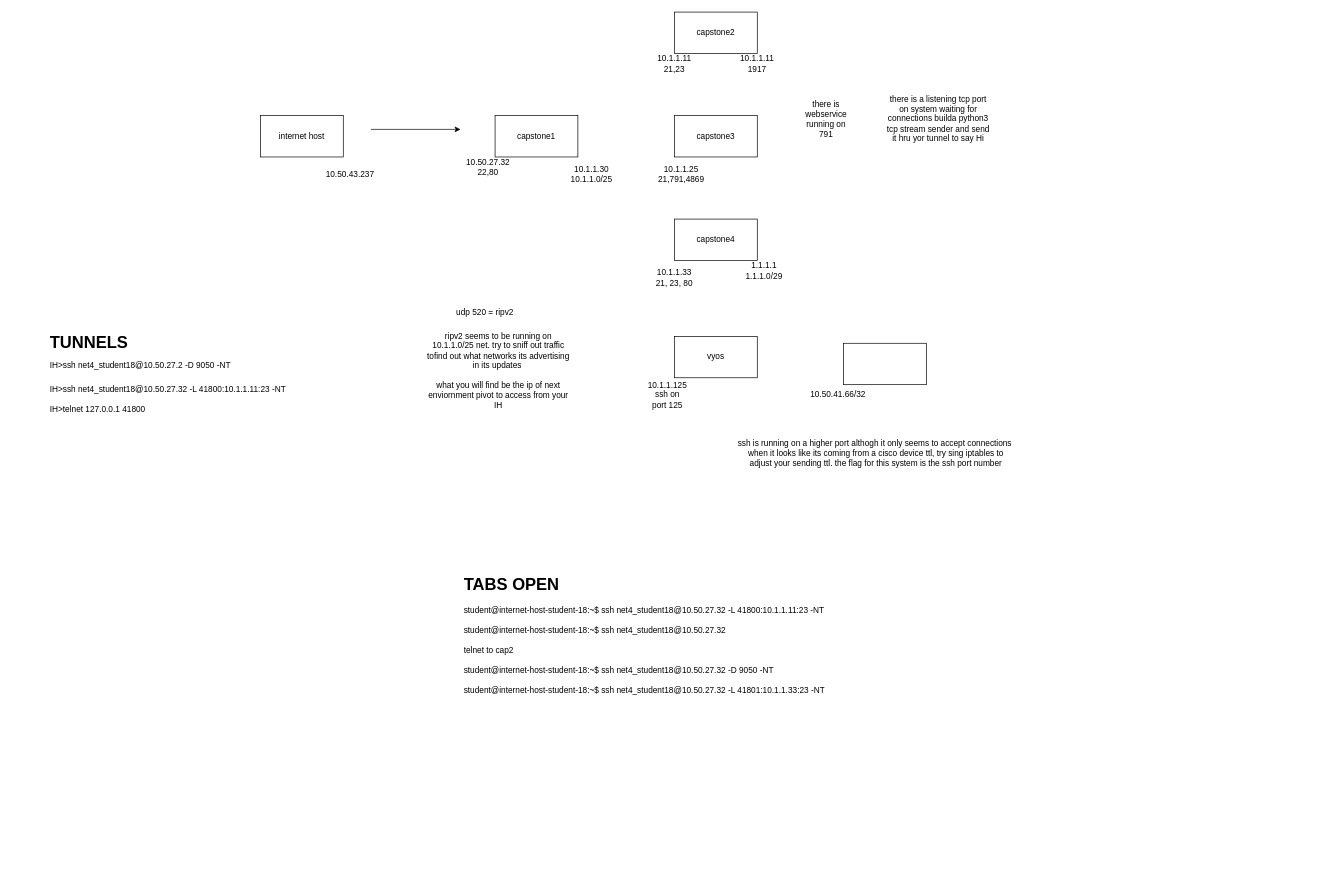
This is capstone.drawio from hannahsfrommt/Networking, a draw.io file, before an edit. Source tidied: cells renumbered, new cells numbered last; positions are measured from the earlier drawing's top-left corner, leaving out a move shared by most shapes. Both pictures are drawn from the tidied source at 69%, with x=0, y=0 at pixel (46, 12).
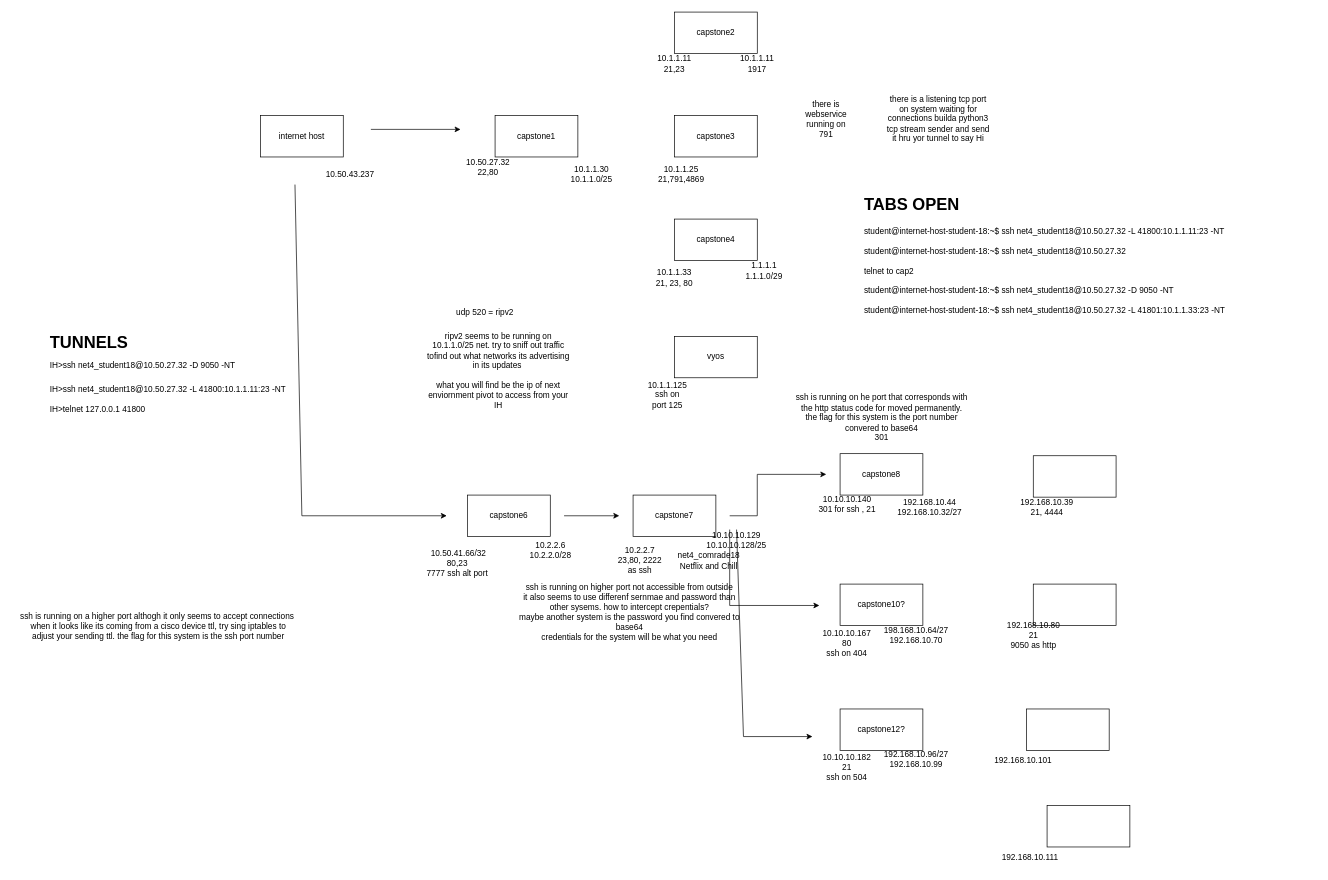
The same diagram, later.

Diff of the diagram source:
```diff
@@
-    <mxCell id="8" value="&lt;h1&gt;TUNNELS&lt;br style=&quot;border-color: var(--border-color); font-size: 12px; font-weight: 400; text-align: center;&quot;&gt;&lt;span style=&quot;font-size: 12px; font-weight: 400; text-align: center;&quot;&gt;IH&amp;gt;ssh net4_student18@10.50.27.2 -D 9050 -NT&lt;/span&gt;&lt;br&gt;&lt;/h1&gt;&lt;div&gt;&lt;span style=&quot;text-align: center;&quot;&gt;IH&amp;gt;ssh net4_student18@10.50.27.32 -L 41800:10.1.1.11:23 -NT&lt;br&gt;&lt;/span&gt;&lt;/div&gt;&lt;div&gt;&lt;span style=&quot;text-align: center;&quot;&gt;&lt;br&gt;&lt;/span&gt;&lt;/div&gt;&lt;div&gt;&lt;span style=&quot;text-align: center;&quot;&gt;IH&amp;gt;telnet 127.0.0.1 41800&lt;/span&gt;&lt;/div&gt;&lt;div&gt;&lt;span style=&quot;text-align: center;&quot;&gt;&lt;br&gt;&lt;/span&gt;&lt;/div&gt;&lt;div&gt;&lt;span style=&quot;text-align: center;&quot;&gt;&lt;br&gt;&lt;/span&gt;&lt;/div&gt;" style="text;html=1;strokeColor=none;fillColor=none;spacing=5;spacingTop=-20;whiteSpace=wrap;overflow=hidden;rounded=0;" parent="1" vertex="1">
+    <mxCell id="8" value="&lt;h1&gt;TUNNELS&lt;br style=&quot;border-color: var(--border-color); font-size: 12px; font-weight: 400; text-align: center;&quot;&gt;&lt;span style=&quot;font-size: 12px; font-weight: 400; text-align: center;&quot;&gt;IH&amp;gt;ssh net4_student18@10.50.27.32 -D 9050 -NT&lt;/span&gt;&lt;br&gt;&lt;/h1&gt;&lt;div&gt;&lt;span style=&quot;text-align: center;&quot;&gt;IH&amp;gt;ssh net4_student18@10.50.27.32 -L 41800:10.1.1.11:23 -NT&lt;br&gt;&lt;/span&gt;&lt;/div&gt;&lt;div&gt;&lt;span style=&quot;text-align: center;&quot;&gt;&lt;br&gt;&lt;/span&gt;&lt;/div&gt;&lt;div&gt;&lt;span style=&quot;text-align: center;&quot;&gt;IH&amp;gt;telnet 127.0.0.1 41800&lt;/span&gt;&lt;/div&gt;&lt;div&gt;&lt;span style=&quot;text-align: center;&quot;&gt;&lt;br&gt;&lt;/span&gt;&lt;/div&gt;&lt;div&gt;&lt;span style=&quot;text-align: center;&quot;&gt;&lt;br&gt;&lt;/span&gt;&lt;/div&gt;" style="text;html=1;strokeColor=none;fillColor=none;spacing=5;spacingTop=-20;whiteSpace=wrap;overflow=hidden;rounded=0;" parent="1" vertex="1">
       <mxGeometry y="460" width="480" height="120" as="geometry" />
     </mxCell>
@@
-    <mxCell id="23" value="&amp;nbsp;10.50.41.66/32" style="text;html=1;align=center;verticalAlign=middle;strokeColor=none;fillColor=none;" parent="1" vertex="1">
-      <mxGeometry x="1090" y="540" width="110" height="30" as="geometry" />
+    <mxCell id="23" value="&amp;nbsp;10.50.41.66/32&lt;br&gt;80,23&lt;br&gt;7777 ssh alt port&lt;br&gt;" style="text;html=1;align=center;verticalAlign=middle;strokeColor=none;fillColor=none;" parent="1" vertex="1">
+      <mxGeometry x="540" y="769" width="110" height="60" as="geometry" />
     </mxCell>
-    <mxCell id="24" style="rounded=0;whiteSpace=wrap;html=1;rotation=0;" parent="1" vertex="1">
-      <mxGeometry x="1155" y="480" width="120" height="60" as="geometry" />
+    <mxCell id="24" value="capstone6" style="rounded=0;whiteSpace=wrap;html=1;rotation=0;" parent="1" vertex="1">
+      <mxGeometry x="610" y="700" width="120" height="60" as="geometry" />
     </mxCell>
     <mxCell id="25" value="ssh is running on a higher port althogh it only seems to accept connections&lt;br&gt;&amp;nbsp;when it looks like its coming from a cisco device ttl, try sing iptables to&lt;br&gt;&amp;nbsp;adjust your sending ttl. the flag for this system is the ssh port number" style="text;html=1;align=center;verticalAlign=middle;strokeColor=none;fillColor=none;" parent="1" vertex="1">
-      <mxGeometry x="990" y="610" width="420" height="60" as="geometry" />
+      <mxGeometry x="-50" y="860" width="420" height="60" as="geometry" />
     </mxCell>
     <mxCell id="26" value="&lt;h1&gt;TABS OPEN&lt;/h1&gt;&lt;div&gt;&lt;div&gt;student@internet-host-student-18:~$ ssh net4_student18@10.50.27.32 -L 41800:10.1.1.11:23 -NT&lt;/div&gt;&lt;/div&gt;&lt;div&gt;&lt;br&gt;&lt;/div&gt;&lt;div&gt;&lt;div&gt;student@internet-host-student-18:~$ ssh net4_student18@10.50.27.32&lt;/div&gt;&lt;/div&gt;&lt;div&gt;&lt;br&gt;&lt;/div&gt;&lt;div&gt;telnet to cap2&lt;/div&gt;&lt;div&gt;&lt;br&gt;&lt;/div&gt;&lt;div&gt;&lt;div&gt;student@internet-host-student-18:~$ ssh net4_student18@10.50.27.32 -D 9050 -NT&lt;/div&gt;&lt;/div&gt;&lt;div&gt;&lt;br&gt;&lt;/div&gt;&lt;div&gt;&lt;div&gt;student@internet-host-student-18:~$ ssh net4_student18@10.50.27.32 -L 41801:10.1.1.33:23 -NT&lt;/div&gt;&lt;/div&gt;&lt;div&gt;&lt;br&gt;&lt;/div&gt;&lt;div&gt;&lt;br&gt;&lt;/div&gt;&lt;div&gt;&lt;br&gt;&lt;/div&gt;&lt;div&gt;&lt;br&gt;&lt;/div&gt;" style="text;html=1;strokeColor=none;fillColor=none;spacing=5;spacingTop=-20;whiteSpace=wrap;overflow=hidden;rounded=0;" parent="1" vertex="1">
-      <mxGeometry x="600" y="810" width="660" height="360" as="geometry" />
+      <mxGeometry x="1180" y="260" width="660" height="360" as="geometry" />
     </mxCell>
+    <mxCell id="27" value="10.2.2.6&lt;br&gt;10.2.2.0/28" style="text;html=1;align=center;verticalAlign=middle;strokeColor=none;fillColor=none;" parent="1" vertex="1">
+      <mxGeometry x="690" y="760" width="80" height="40" as="geometry" />
+    </mxCell>
+    <mxCell id="28" value="capstone7" style="rounded=0;whiteSpace=wrap;html=1;" parent="1" vertex="1">
+      <mxGeometry x="850" y="700" width="120" height="60" as="geometry" />
+    </mxCell>
+    <mxCell id="29" value="10.2.2.7&lt;br&gt;23,80, 2222 as ssh" style="text;html=1;strokeColor=none;fillColor=none;align=center;verticalAlign=middle;whiteSpace=wrap;rounded=0;" parent="1" vertex="1">
+      <mxGeometry x="820" y="780" width="80" height="30" as="geometry" />
+    </mxCell>
+    <mxCell id="30" style="endArrow=classic;html=1;rounded=0;" parent="1" edge="1">
+      <mxGeometry relative="1" as="geometry">
+        <mxPoint x="360" y="250" as="sourcePoint" />
+        <mxPoint x="580" y="730" as="targetPoint" />
+        <Array as="points">
+          <mxPoint x="370" y="730" />
+        </Array>
+      </mxGeometry>
+    </mxCell>
+    <mxCell id="31" value="ssh is running on higher port not accessible from outside&lt;br&gt;it also seems to use differenf sernmae and password than other sysems. how to intercept crepentials?&lt;br&gt;maybe another system is the password you find convered to base64&lt;br&gt;credentials for the system will be what you need&lt;br&gt;" style="text;html=1;strokeColor=none;fillColor=none;align=center;verticalAlign=middle;whiteSpace=wrap;rounded=0;" parent="1" vertex="1">
+      <mxGeometry x="680" y="810" width="330" height="120" as="geometry" />
+    </mxCell>
+    <mxCell id="32" value="net4_comrade18&lt;br&gt;Netflix and Chill" style="text;html=1;strokeColor=none;fillColor=none;align=center;verticalAlign=middle;whiteSpace=wrap;rounded=0;" parent="1" vertex="1">
+      <mxGeometry x="900" y="780" width="120" height="30" as="geometry" />
+    </mxCell>
+    <mxCell id="33" value="capstone10?" style="rounded=0;whiteSpace=wrap;html=1;" parent="1" vertex="1">
+      <mxGeometry x="1150" y="829" width="120" height="60" as="geometry" />
+    </mxCell>
+    <mxCell id="34" value="10.10.10.129&lt;br&gt;10.10.10.128/25" style="text;html=1;strokeColor=none;fillColor=none;align=center;verticalAlign=middle;whiteSpace=wrap;rounded=0;" parent="1" vertex="1">
+      <mxGeometry x="970" y="750" width="60" height="30" as="geometry" />
+    </mxCell>
+    <mxCell id="35" value="10.10.10.167&lt;br&gt;80&lt;br&gt;ssh on 404" style="text;html=1;strokeColor=none;fillColor=none;align=center;verticalAlign=middle;whiteSpace=wrap;rounded=0;" parent="1" vertex="1">
+      <mxGeometry x="1130" y="900" width="60" height="30" as="geometry" />
+    </mxCell>
+    <mxCell id="36" value="capstone12?" style="rounded=0;whiteSpace=wrap;html=1;" parent="1" vertex="1">
+      <mxGeometry x="1150" y="1010" width="120" height="60" as="geometry" />
+    </mxCell>
+    <mxCell id="37" value="10.10.10.182&lt;br&gt;21&lt;br&gt;ssh on 504" style="text;html=1;strokeColor=none;fillColor=none;align=center;verticalAlign=middle;whiteSpace=wrap;rounded=0;" parent="1" vertex="1">
+      <mxGeometry x="1130" y="1080" width="60" height="30" as="geometry" />
+    </mxCell>
+    <mxCell id="38" value="capstone8" style="rounded=0;whiteSpace=wrap;html=1;" parent="1" vertex="1">
+      <mxGeometry x="1150" y="640" width="120" height="60" as="geometry" />
+    </mxCell>
+    <mxCell id="39" value="10.10.10.140&lt;br&gt;301 for ssh , 21" style="text;html=1;align=center;verticalAlign=middle;strokeColor=none;fillColor=none;" parent="1" vertex="1">
+      <mxGeometry x="1105" y="693" width="110" height="40" as="geometry" />
+    </mxCell>
+    <mxCell id="40" value="ssh is running on he port that corresponds with the http status code for moved permanently. the flag for this system is the port number convered to base64&lt;br&gt;301&lt;br&gt;&lt;br&gt;" style="text;html=1;strokeColor=none;fillColor=none;align=center;verticalAlign=middle;whiteSpace=wrap;rounded=0;" parent="1" vertex="1">
+      <mxGeometry x="1082.5" y="580" width="255" height="30" as="geometry" />
+    </mxCell>
+    <mxCell id="41" value="192.168.10.44&lt;br&gt;192.168.10.32/27" style="text;html=1;strokeColor=none;fillColor=none;align=center;verticalAlign=middle;whiteSpace=wrap;rounded=0;" parent="1" vertex="1">
+      <mxGeometry x="1250" y="703" width="60" height="30" as="geometry" />
+    </mxCell>
+    <mxCell id="42" style="rounded=0;whiteSpace=wrap;html=1;" parent="1" vertex="1">
+      <mxGeometry x="1430" y="643" width="120" height="60" as="geometry" />
+    </mxCell>
+    <mxCell id="43" value="192.168.10.39&lt;br&gt;21, 4444" style="text;html=1;strokeColor=none;fillColor=none;align=center;verticalAlign=middle;whiteSpace=wrap;rounded=0;" parent="1" vertex="1">
+      <mxGeometry x="1420" y="703" width="60" height="30" as="geometry" />
+    </mxCell>
+    <mxCell id="44" style="endArrow=classic;html=1;rounded=0;" parent="1" edge="1">
+      <mxGeometry relative="1" as="geometry">
+        <mxPoint x="750" y="730" as="sourcePoint" />
+        <mxPoint x="830" y="730" as="targetPoint" />
+      </mxGeometry>
+    </mxCell>
+    <mxCell id="45" style="endArrow=classic;html=1;rounded=0;" parent="1" edge="1">
+      <mxGeometry relative="1" as="geometry">
+        <mxPoint x="990" y="730" as="sourcePoint" />
+        <mxPoint x="1130" y="670" as="targetPoint" />
+        <Array as="points">
+          <mxPoint x="1030" y="730" />
+          <mxPoint x="1030" y="670" />
+        </Array>
+      </mxGeometry>
+    </mxCell>
+    <mxCell id="46" style="endArrow=classic;html=1;rounded=0;" parent="1" edge="1">
+      <mxGeometry relative="1" as="geometry">
+        <mxPoint x="990" y="750" as="sourcePoint" />
+        <mxPoint x="1120" y="860" as="targetPoint" />
+        <Array as="points">
+          <mxPoint x="990" y="860" />
+        </Array>
+      </mxGeometry>
+    </mxCell>
+    <mxCell id="47" style="endArrow=classic;html=1;rounded=0;" parent="1" edge="1">
+      <mxGeometry relative="1" as="geometry">
+        <mxPoint x="1000" y="750" as="sourcePoint" />
+        <mxPoint x="1110" y="1050" as="targetPoint" />
+        <Array as="points">
+          <mxPoint x="1010" y="1050" />
+        </Array>
+      </mxGeometry>
+    </mxCell>
+    <mxCell id="48" style="rounded=0;whiteSpace=wrap;html=1;" parent="1" vertex="1">
+      <mxGeometry x="1430" y="829" width="120" height="60" as="geometry" />
+    </mxCell>
+    <mxCell id="49" value="198.168.10.64/27&lt;br&gt;192.168.10.70" style="text;html=1;align=center;verticalAlign=middle;strokeColor=none;fillColor=none;" parent="1" vertex="1">
+      <mxGeometry x="1200" y="883" width="120" height="40" as="geometry" />
+    </mxCell>
+    <mxCell id="50" value="192.168.10.80&lt;br&gt;21&lt;br&gt;9050 as http" style="text;html=1;align=center;verticalAlign=middle;strokeColor=none;fillColor=none;" parent="1" vertex="1">
+      <mxGeometry x="1380" y="873" width="100" height="60" as="geometry" />
+    </mxCell>
+    <mxCell id="51" value="192.168.10.96/27&lt;br&gt;192.168.10.99" style="text;html=1;align=center;verticalAlign=middle;strokeColor=none;fillColor=none;" parent="1" vertex="1">
+      <mxGeometry x="1200" y="1063" width="120" height="40" as="geometry" />
+    </mxCell>
+    <mxCell id="52" style="rounded=0;whiteSpace=wrap;html=1;" parent="1" vertex="1">
+      <mxGeometry x="1450" y="1150" width="120" height="60" as="geometry" />
+    </mxCell>
+    <mxCell id="53" value="192.168.10.111" style="text;html=1;align=center;verticalAlign=middle;strokeColor=none;fillColor=none;" parent="1" vertex="1">
+      <mxGeometry x="1370" y="1210" width="110" height="30" as="geometry" />
+    </mxCell>
+    <mxCell id="54" value="192.168.10.101" style="text;html=1;align=center;verticalAlign=middle;strokeColor=none;fillColor=none;" parent="1" vertex="1">
+      <mxGeometry x="1360" y="1070" width="110" height="30" as="geometry" />
+    </mxCell>
+    <mxCell id="55" style="rounded=0;whiteSpace=wrap;html=1;" parent="1" vertex="1">
+      <mxGeometry x="1420" y="1010" width="120" height="60" as="geometry" />
+    </mxCell>
```
